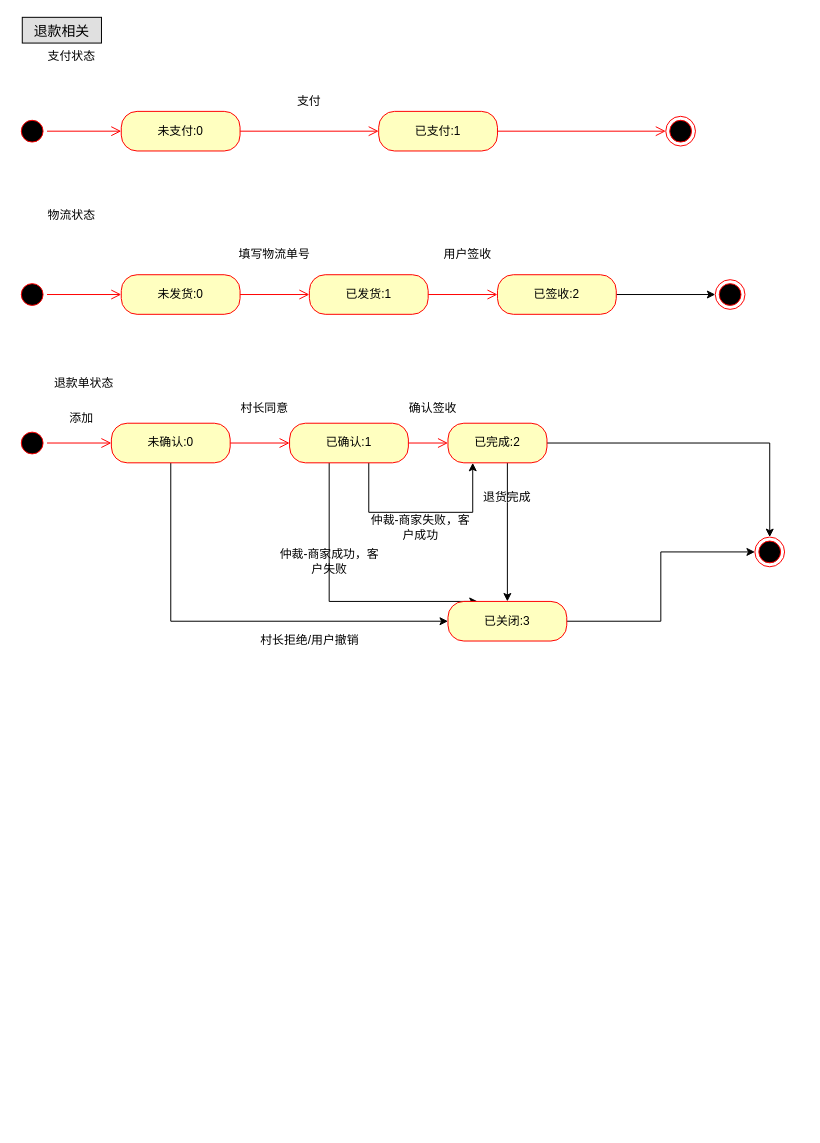
This is page "退款流程" (2 of 8) of 码上趣.drawio from JhonShi/mashangqu, a draw.io file, before an edit. Source tidied: cells renumbered, new cells numbered last; positions are measured from the earlier drawing's top-left corner, leaving out a move shared by most shapes. Both pictures are drawn from the tidied source at 99%, with x=0, y=0 at pixel (17, 17).
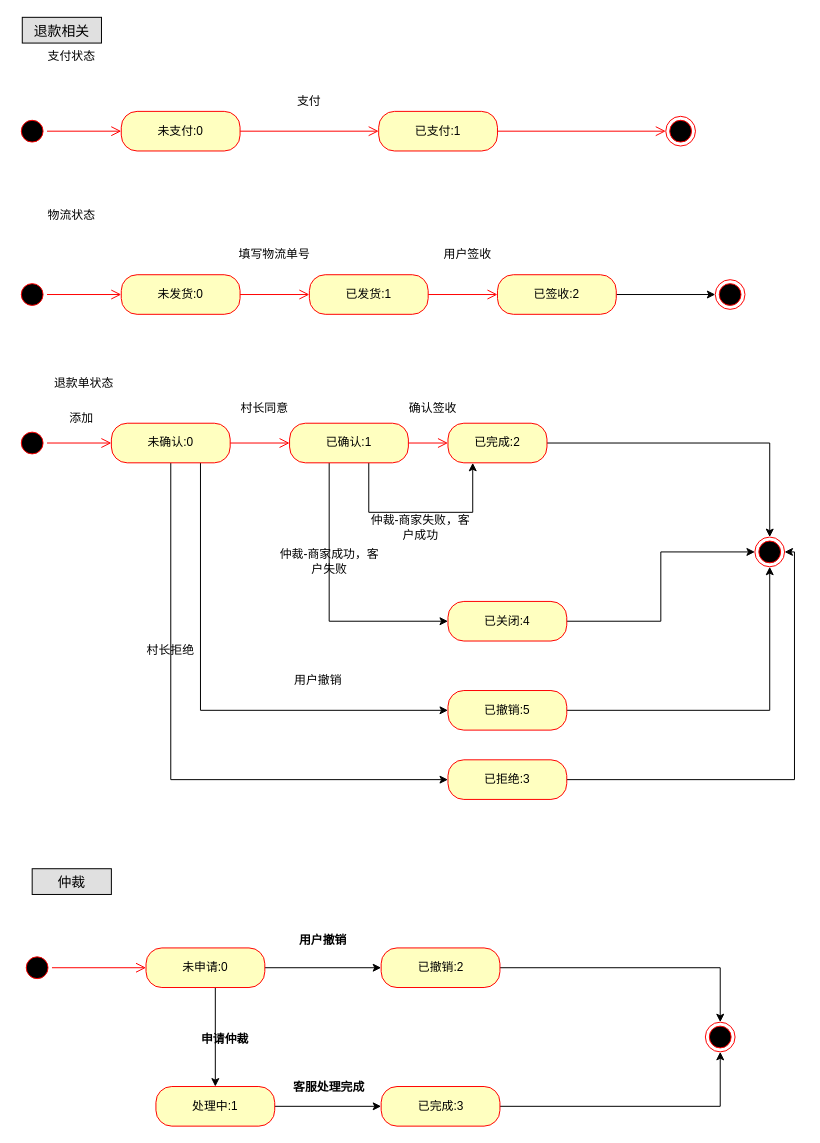
The same diagram, later.

The change refers to these unchanged cells:
```xml
<mxCell id="27" value="未确认:0" style="rounded=1;whiteSpace=wrap;html=1;arcSize=40;fontColor=#000000;fillColor=#ffffc0;strokeColor=#ff0000;" parent="1" vertex="1">
  <mxGeometry x="95" y="410" width="120" height="40" as="geometry" />
</mxCell>
<mxCell id="31" value="已确认:1" style="rounded=1;whiteSpace=wrap;html=1;arcSize=40;fontColor=#000000;fillColor=#ffffc0;strokeColor=#ff0000;" parent="1" vertex="1">
  <mxGeometry x="275" y="410" width="120" height="40" as="geometry" />
</mxCell>
<mxCell id="35" value="已完成:2" style="rounded=1;whiteSpace=wrap;html=1;arcSize=40;fontColor=#000000;fillColor=#ffffc0;strokeColor=#ff0000;" parent="1" vertex="1">
  <mxGeometry x="435" y="410" width="100" height="40" as="geometry" />
</mxCell>
<mxCell id="43" style="ellipse;html=1;shape=endState;fillColor=#000000;strokeColor=#ff0000;" parent="1" vertex="1">
  <mxGeometry x="745" y="525" width="30" height="30" as="geometry" />
</mxCell>
```

Diff of the diagram source:
```diff
@@
-    <mxCell id="26" style="edgeStyle=orthogonalEdgeStyle;rounded=0;jettySize=auto;html=1;entryX=0;entryY=0.5;entryDx=0;entryDy=0;" parent="1" edge="1" source="27" target="37">
+    <mxCell id="26" style="edgeStyle=orthogonalEdgeStyle;rounded=0;jettySize=auto;html=1;entryX=0;entryY=0.5;entryDx=0;entryDy=0;" parent="1" edge="1" source="27" target="49">
       <mxGeometry relative="1" as="geometry">
         <Array as="points">
-          <mxPoint x="155" y="610" />
+          <mxPoint x="155" y="770" />
         </Array>
       </mxGeometry>
     </mxCell>
+    <mxCell id="47" style="edgeStyle=orthogonalEdgeStyle;rounded=0;jettySize=auto;html=1;entryX=0;entryY=0.5;entryDx=0;entryDy=0;" parent="1" edge="1" source="27" target="52">
+      <mxGeometry relative="1" as="geometry">
+        <Array as="points">
+          <mxPoint x="185" y="700" />
+        </Array>
+      </mxGeometry>
+    </mxCell>
@@
-    <mxCell id="30" style="edgeStyle=orthogonalEdgeStyle;rounded=0;jettySize=auto;html=1;entryX=0.25;entryY=0;entryDx=0;entryDy=0;strokeWidth=1;" parent="1" edge="1" source="31" target="37">
+    <mxCell id="30" style="edgeStyle=orthogonalEdgeStyle;rounded=0;jettySize=auto;html=1;entryX=0;entryY=0.5;entryDx=0;entryDy=0;strokeWidth=1;" parent="1" edge="1" source="31" target="37">
       <mxGeometry relative="1" as="geometry">
         <Array as="points">
-          <mxPoint x="315" y="590" />
+          <mxPoint x="315" y="610" />
         </Array>
       </mxGeometry>
     </mxCell>
@@
-    <mxCell id="34" style="edgeStyle=orthogonalEdgeStyle;rounded=0;jettySize=auto;html=1;entryX=0.5;entryY=0;entryDx=0;entryDy=0;" parent="1" edge="1" source="35" target="37">
-      <mxGeometry relative="1" as="geometry">
-        <Array as="points">
-          <mxPoint x="495" y="490" />
-          <mxPoint x="495" y="490" />
-        </Array>
-      </mxGeometry>
-    </mxCell>
@@
-    <mxCell id="37" value="已关闭:3" style="rounded=1;whiteSpace=wrap;html=1;arcSize=40;fontColor=#000000;fillColor=#ffffc0;strokeColor=#ff0000;" parent="1" vertex="1">
+    <mxCell id="37" value="已关闭:4" style="rounded=1;whiteSpace=wrap;html=1;arcSize=40;fontColor=#000000;fillColor=#ffffc0;strokeColor=#ff0000;" parent="1" vertex="1">
       <mxGeometry x="435" y="590" width="120" height="40" as="geometry" />
     </mxCell>
@@
-    <mxCell id="41" value="退货完成" style="text;html=1;strokeColor=none;fillColor=none;align=center;verticalAlign=middle;whiteSpace=wrap;rounded=0;" parent="1" vertex="1">
-      <mxGeometry x="455" y="475" width="80" height="20" as="geometry" />
-    </mxCell>
-    <mxCell id="42" value="村长拒绝/用户撤销" style="text;html=1;strokeColor=none;fillColor=none;align=center;verticalAlign=middle;whiteSpace=wrap;rounded=0;" parent="1" vertex="1">
-      <mxGeometry x="242.5" y="620" width="105" height="20" as="geometry" />
+    <mxCell id="42" value="村长拒绝" style="text;html=1;strokeColor=none;fillColor=none;align=center;verticalAlign=middle;whiteSpace=wrap;rounded=0;" parent="1" vertex="1">
+      <mxGeometry x="124" y="630" width="62" height="20" as="geometry" />
     </mxCell>
@@
+    <mxCell id="48" style="edgeStyle=orthogonalEdgeStyle;rounded=0;jettySize=auto;html=1;entryX=1;entryY=0.5;entryDx=0;entryDy=0;" parent="1" edge="1" source="49" target="43">
+      <mxGeometry relative="1" as="geometry">
+        <Array as="points">
+          <mxPoint x="785" y="770" />
+          <mxPoint x="785" y="540" />
+        </Array>
+      </mxGeometry>
+    </mxCell>
+    <mxCell id="49" value="已拒绝:3" style="rounded=1;whiteSpace=wrap;html=1;arcSize=40;fontColor=#000000;fillColor=#ffffc0;strokeColor=#ff0000;" parent="1" vertex="1">
+      <mxGeometry x="435" y="750" width="120" height="40" as="geometry" />
+    </mxCell>
+    <mxCell id="50" value="用户撤销" style="text;html=1;strokeColor=none;fillColor=none;align=center;verticalAlign=middle;whiteSpace=wrap;rounded=0;" parent="1" vertex="1">
+      <mxGeometry x="273" y="660" width="62" height="20" as="geometry" />
+    </mxCell>
+    <mxCell id="51" style="edgeStyle=orthogonalEdgeStyle;rounded=0;jettySize=auto;html=1;entryX=0.5;entryY=1;entryDx=0;entryDy=0;" parent="1" edge="1" source="52" target="43">
+      <mxGeometry relative="1" as="geometry" />
+    </mxCell>
+    <mxCell id="52" value="已撤销:5" style="rounded=1;whiteSpace=wrap;html=1;arcSize=40;fontColor=#000000;fillColor=#ffffc0;strokeColor=#ff0000;" parent="1" vertex="1">
+      <mxGeometry x="435" y="680" width="120" height="40" as="geometry" />
+    </mxCell>
+    <mxCell id="53" style="ellipse;html=1;shape=startState;fillColor=#000000;strokeColor=#ff0000;" parent="1" vertex="1">
+      <mxGeometry x="5" y="945" width="30" height="30" as="geometry" />
+    </mxCell>
+    <mxCell id="54" style="edgeStyle=orthogonalEdgeStyle;html=1;verticalAlign=bottom;endArrow=open;endSize=8;strokeColor=#ff0000;entryX=0;entryY=0.5;entryDx=0;entryDy=0;" parent="1" edge="1" source="53" target="58">
+      <mxGeometry relative="1" as="geometry" />
+    </mxCell>
+    <mxCell id="55" value="仲裁" style="text;align=center;verticalAlign=middle;spacingLeft=4;spacingRight=4;strokeColor=#000000;fillColor=#e0e0e0;fontSize=14;" parent="1" vertex="1">
+      <mxGeometry x="15" y="860" width="80" height="26" as="geometry" />
+    </mxCell>
+    <mxCell id="56" style="edgeStyle=orthogonalEdgeStyle;rounded=0;jettySize=auto;html=1;entryX=0;entryY=0.5;entryDx=0;entryDy=0;" parent="1" edge="1" source="58" target="60">
+      <mxGeometry relative="1" as="geometry" />
+    </mxCell>
+    <mxCell id="57" style="edgeStyle=orthogonalEdgeStyle;rounded=0;jettySize=auto;html=1;entryX=0.5;entryY=0;entryDx=0;entryDy=0;" parent="1" edge="1" source="58" target="62">
+      <mxGeometry relative="1" as="geometry">
+        <Array as="points">
+          <mxPoint x="200" y="1080" />
+          <mxPoint x="200" y="1080" />
+        </Array>
+      </mxGeometry>
+    </mxCell>
+    <mxCell id="58" value="未申请:0" style="rounded=1;whiteSpace=wrap;html=1;arcSize=40;fontColor=#000000;fillColor=#ffffc0;strokeColor=#ff0000;" parent="1" vertex="1">
+      <mxGeometry x="130" y="940" width="120" height="40" as="geometry" />
+    </mxCell>
+    <mxCell id="59" style="edgeStyle=orthogonalEdgeStyle;rounded=0;jettySize=auto;html=1;entryX=0.5;entryY=0;entryDx=0;entryDy=0;" parent="1" edge="1" source="60" target="66">
+      <mxGeometry relative="1" as="geometry" />
+    </mxCell>
+    <mxCell id="60" value="已撤销:2" style="rounded=1;whiteSpace=wrap;html=1;arcSize=40;fontColor=#000000;fillColor=#ffffc0;strokeColor=#ff0000;" parent="1" vertex="1">
+      <mxGeometry x="367.5" y="940" width="120" height="40" as="geometry" />
+    </mxCell>
+    <mxCell id="61" style="edgeStyle=orthogonalEdgeStyle;rounded=0;jettySize=auto;html=1;entryX=0;entryY=0.5;entryDx=0;entryDy=0;" parent="1" edge="1" source="62" target="65">
+      <mxGeometry relative="1" as="geometry" />
+    </mxCell>
+    <mxCell id="62" value="处理中:1" style="rounded=1;whiteSpace=wrap;html=1;arcSize=40;fontColor=#000000;fillColor=#ffffc0;strokeColor=#ff0000;" parent="1" vertex="1">
+      <mxGeometry x="140" y="1080" width="120" height="40" as="geometry" />
+    </mxCell>
+    <mxCell id="63" value="用户撤销" style="text;align=center;fontStyle=1;verticalAlign=middle;spacingLeft=3;spacingRight=3;strokeColor=none;" parent="1" vertex="1">
+      <mxGeometry x="269" y="919" width="80" height="26" as="geometry" />
+    </mxCell>
+    <mxCell id="64" style="edgeStyle=orthogonalEdgeStyle;rounded=0;jettySize=auto;html=1;entryX=0.5;entryY=1;entryDx=0;entryDy=0;" parent="1" edge="1" source="65" target="66">
+      <mxGeometry relative="1" as="geometry" />
+    </mxCell>
+    <mxCell id="65" value="已完成:3" style="rounded=1;whiteSpace=wrap;html=1;arcSize=40;fontColor=#000000;fillColor=#ffffc0;strokeColor=#ff0000;" parent="1" vertex="1">
+      <mxGeometry x="367.5" y="1080" width="120" height="40" as="geometry" />
+    </mxCell>
+    <mxCell id="66" style="ellipse;html=1;shape=endState;fillColor=#000000;strokeColor=#ff0000;" parent="1" vertex="1">
+      <mxGeometry x="695" y="1015" width="30" height="30" as="geometry" />
+    </mxCell>
+    <mxCell id="67" value="申请仲裁" style="text;align=center;fontStyle=1;verticalAlign=middle;spacingLeft=3;spacingRight=3;strokeColor=none;" parent="1" vertex="1">
+      <mxGeometry x="170" y="1019" width="80" height="26" as="geometry" />
+    </mxCell>
+    <mxCell id="68" value="客服处理完成" style="text;align=center;fontStyle=1;verticalAlign=middle;spacingLeft=3;spacingRight=3;strokeColor=none;" parent="1" vertex="1">
+      <mxGeometry x="275" y="1067" width="80" height="26" as="geometry" />
+    </mxCell>
```
